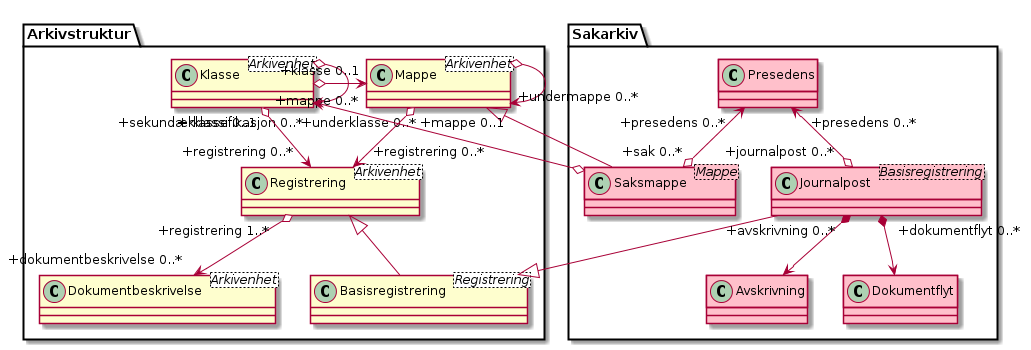
Before: kapitler/media/uml-sakarkiv-entiteter-forenklet.png, a diagram exported from PlantUML (arkivverket/noark5-tjenestegrensesnitt-standard). Its diagram source:
```plantuml
@startuml
skinparam classAttributeIconSize 0
class Arkivstruktur.Klasse <Arkivenhet>
class Arkivstruktur.Mappe <Arkivenhet>
class Arkivstruktur.Registrering <Arkivenhet>
class Arkivstruktur.Basisregistrering <Registrering>
class Arkivstruktur.Dokumentbeskrivelse <Arkivenhet>
class Sakarkiv.Saksmappe <Mappe> #pink
class Sakarkiv.Presedens #pink
class Sakarkiv.Journalpost <Basisregistrering> #pink
class Sakarkiv.Avskrivning #pink
class Sakarkiv.Dokumentflyt #pink

Arkivstruktur.Klasse o--> "+underklasse 0..*" Arkivstruktur.Klasse
Arkivstruktur.Klasse "+klasse 0..1" o-> "+mappe 0..*" Arkivstruktur.Mappe
Arkivstruktur.Mappe o--> "+undermappe 0..*" Arkivstruktur.Mappe
Arkivstruktur.Mappe <|-- Sakarkiv.Saksmappe
Sakarkiv.Saksmappe o--> "+sekundærklassifikasjon 0..*" Arkivstruktur.Klasse
Sakarkiv.Presedens "+presedens 0..*" <--o "+sak 0..*" Sakarkiv.Saksmappe
Arkivstruktur.Mappe "+mappe 0..1" o--> "+registrering 0..*" Arkivstruktur.Registrering
Arkivstruktur.Klasse "+klasse 0..1" o--> "+registrering 0..*" Arkivstruktur.Registrering
Arkivstruktur.Registrering <|-- Arkivstruktur.Basisregistrering
Arkivstruktur.Basisregistrering <|-- Sakarkiv.Journalpost
Sakarkiv.Presedens "+presedens 0..*" <--o "+journalpost 0..*" Sakarkiv.Journalpost
Sakarkiv.Journalpost "+avskrivning 0..*" *--> Sakarkiv.Avskrivning
Sakarkiv.Journalpost "+dokumentflyt 0..*" *--> Sakarkiv.Dokumentflyt
Arkivstruktur.Registrering "+registrering 1..*" o--> "+dokumentbeskrivelse 0..*" Arkivstruktur.Dokumentbeskrivelse
@enduml
```
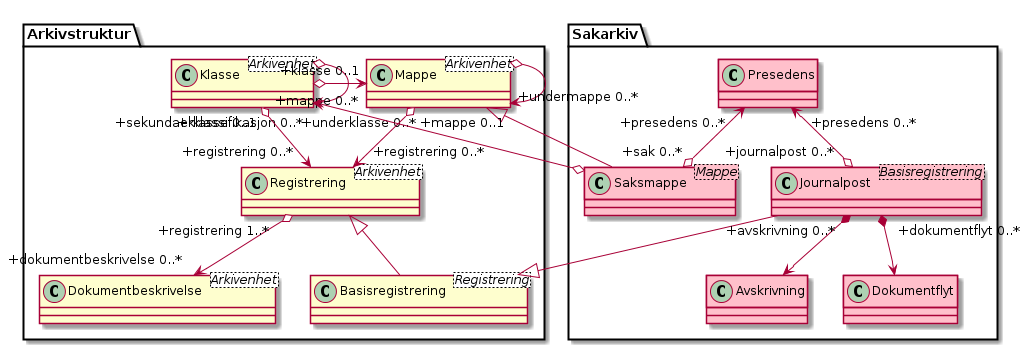
After the change.

What changed in the source:
```diff
@@ -15,7 +15,7 @@
 Arkivstruktur.Klasse "+klasse 0..1" o-> "+mappe 0..*" Arkivstruktur.Mappe
 Arkivstruktur.Mappe o--> "+undermappe 0..*" Arkivstruktur.Mappe
 Arkivstruktur.Mappe <|-- Sakarkiv.Saksmappe
-Sakarkiv.Saksmappe o--> "+sekundærklassifikasjon 0..*" Arkivstruktur.Klasse
+Sakarkiv.Saksmappe o--> "+sekundaerklassifikasjon 0..*" Arkivstruktur.Klasse
 Sakarkiv.Presedens "+presedens 0..*" <--o "+sak 0..*" Sakarkiv.Saksmappe
 Arkivstruktur.Mappe "+mappe 0..1" o--> "+registrering 0..*" Arkivstruktur.Registrering
 Arkivstruktur.Klasse "+klasse 0..1" o--> "+registrering 0..*" Arkivstruktur.Registrering
```
